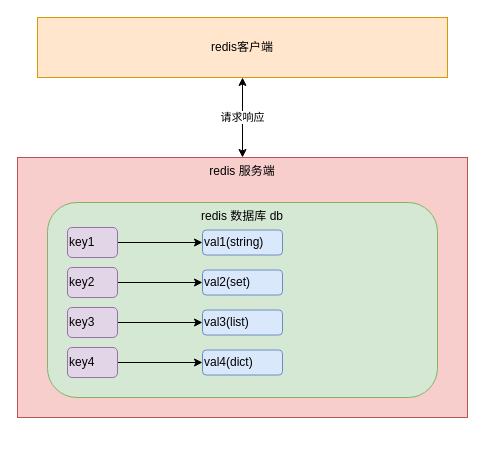
Before: redis源码/img/01.drawio in LoveJuzi/blog, a draw.io diagram. Source tidied: cells renumbered, new cells numbered last; positions are measured from the earlier drawing's top-left corner, leaving out a move shared by most shapes. Both pictures are drawn from the tidied source at 100%, with x=0, y=0 at pixel (17, 17).
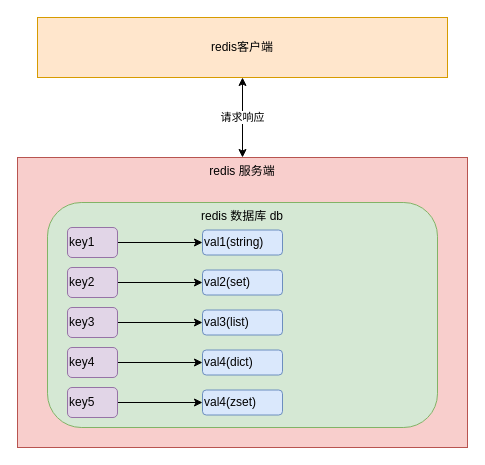
After the change.

Diff of the diagram source:
```diff
@@
     <mxCell id="3" value="redis&amp;nbsp;服务端" style="rounded=0;whiteSpace=wrap;html=1;align=center;verticalAlign=top;fillColor=#f8cecc;strokeColor=#b85450;" parent="1" vertex="1">
-      <mxGeometry y="140" width="450" height="260" as="geometry" />
+      <mxGeometry y="140" width="450" height="290" as="geometry" />
     </mxCell>
     <mxCell id="4" value="redis&amp;nbsp;数据库 db" style="rounded=1;whiteSpace=wrap;html=1;align=center;verticalAlign=top;fillColor=#d5e8d4;strokeColor=#82b366;" parent="1" vertex="1">
-      <mxGeometry x="30" y="185" width="390" height="195" as="geometry" />
+      <mxGeometry x="30" y="185" width="390" height="225" as="geometry" />
     </mxCell>
@@
+    <mxCell id="18" style="edgeStyle=orthogonalEdgeStyle;rounded=0;jettySize=auto;html=1;" parent="1" edge="1" source="19" target="20">
+      <mxGeometry relative="1" as="geometry" />
+    </mxCell>
+    <mxCell id="19" value="key5" style="rounded=1;whiteSpace=wrap;html=1;align=left;fillColor=#e1d5e7;strokeColor=#9673a6;" parent="1" vertex="1">
+      <mxGeometry x="50" y="370" width="50" height="30" as="geometry" />
+    </mxCell>
+    <mxCell id="20" value="val4(zset)" style="whiteSpace=wrap;html=1;rounded=1;align=left;fillColor=#dae8fc;strokeColor=#6c8ebf;" parent="1" vertex="1">
+      <mxGeometry x="185" y="372.5" width="80" height="25" as="geometry" />
+    </mxCell>
```
